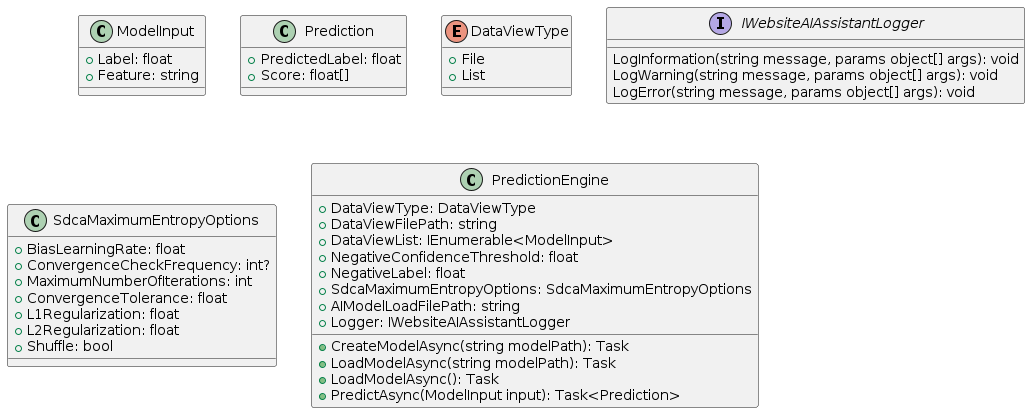
Before: Docs/ClassDiagram.png, a diagram exported from PlantUML (VeritasSoftware/WebsiteAIAssistant).
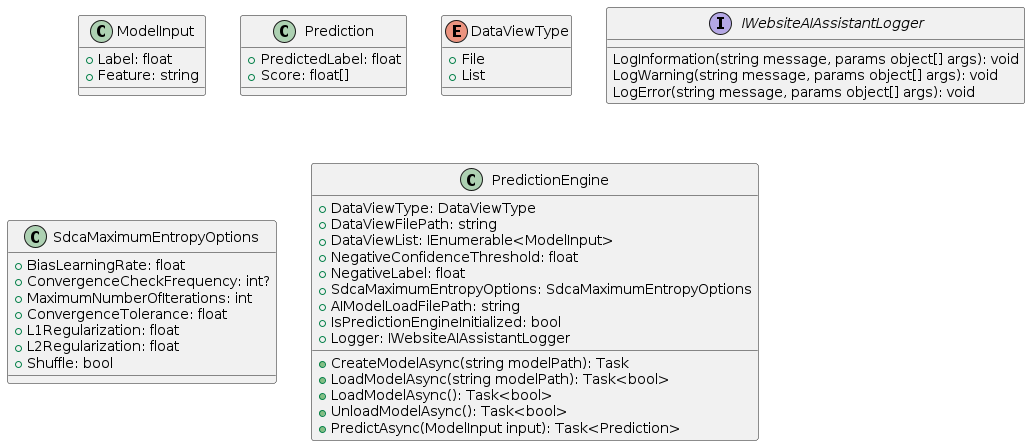
The same diagram one commit later.

Commit message:
added flag IsPredictionEngineInitialized, minor refactoring. cleanup.

The edit, as a diff of the source:
```diff
@@ -40,10 +40,12 @@
   + NegativeLabel: float
   + SdcaMaximumEntropyOptions: SdcaMaximumEntropyOptions
   + AIModelLoadFilePath: string
+  + IsPredictionEngineInitialized: bool
   + Logger: IWebsiteAIAssistantLogger
   + CreateModelAsync(string modelPath): Task
-  + LoadModelAsync(string modelPath): Task
-  + LoadModelAsync(): Task
+  + LoadModelAsync(string modelPath): Task<bool>
+  + LoadModelAsync(): Task<bool>
+  + UnloadModelAsync(): Task<bool>
   + PredictAsync(ModelInput input): Task<Prediction>
 }
 
```
